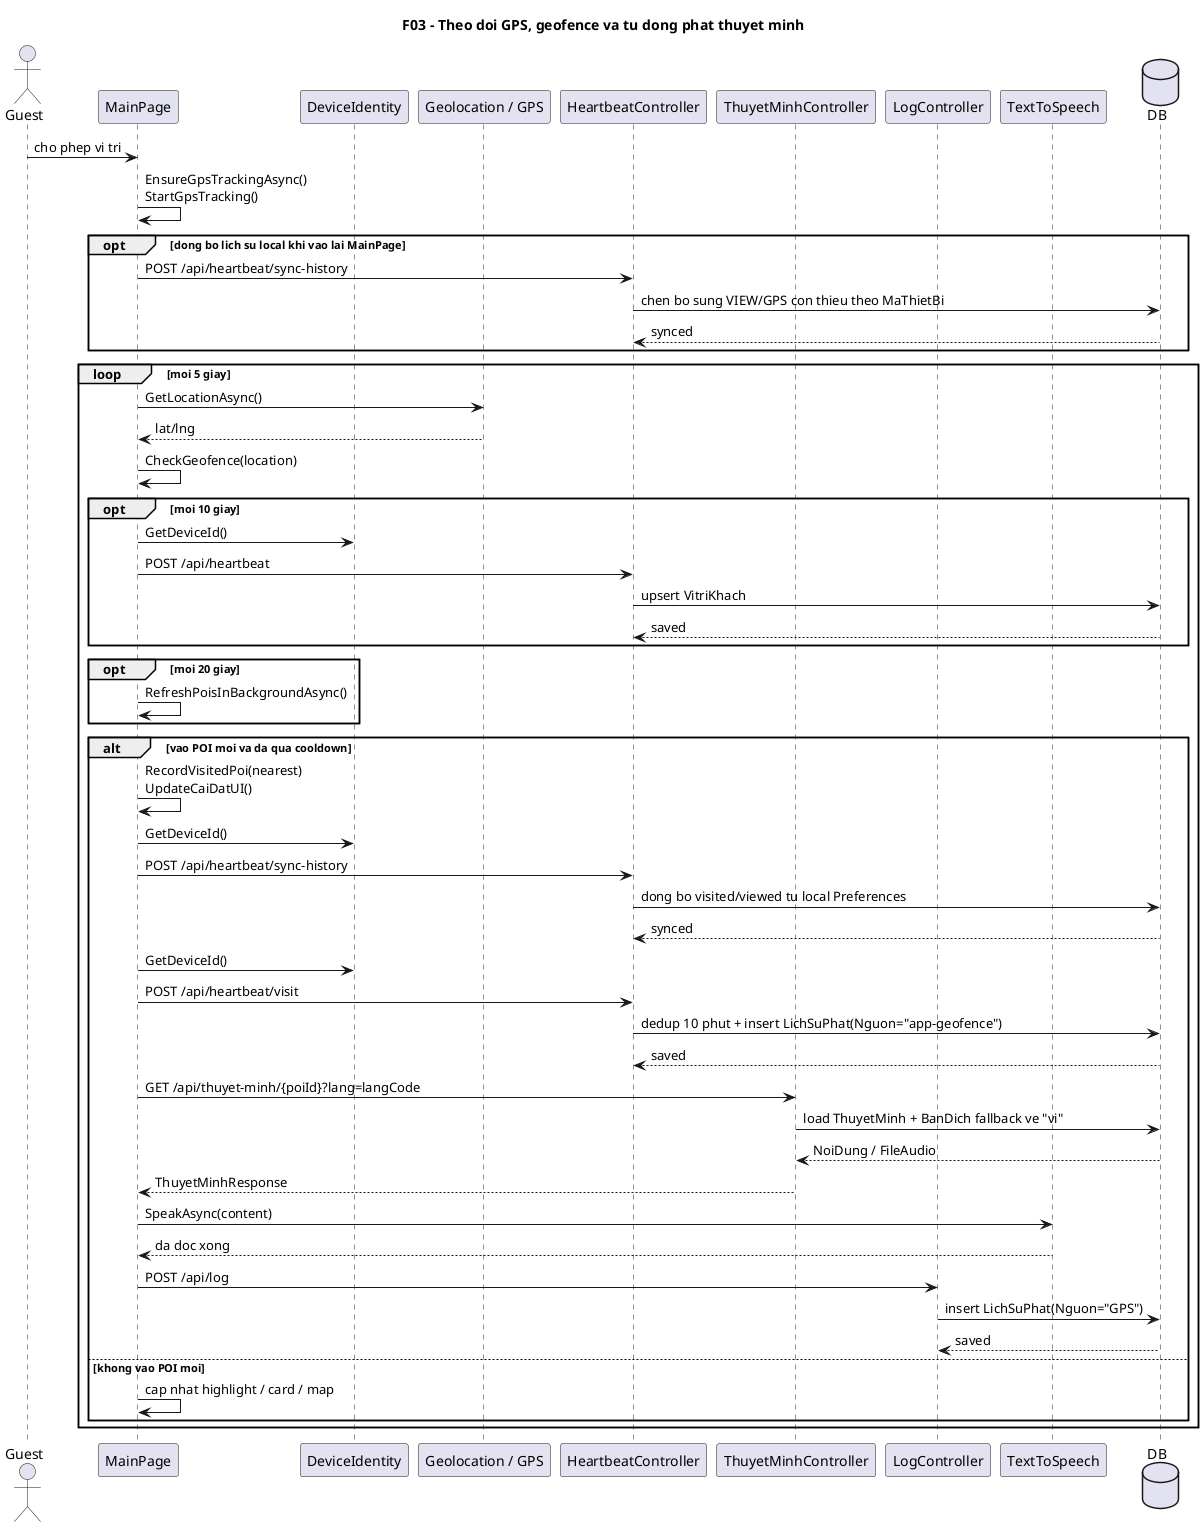
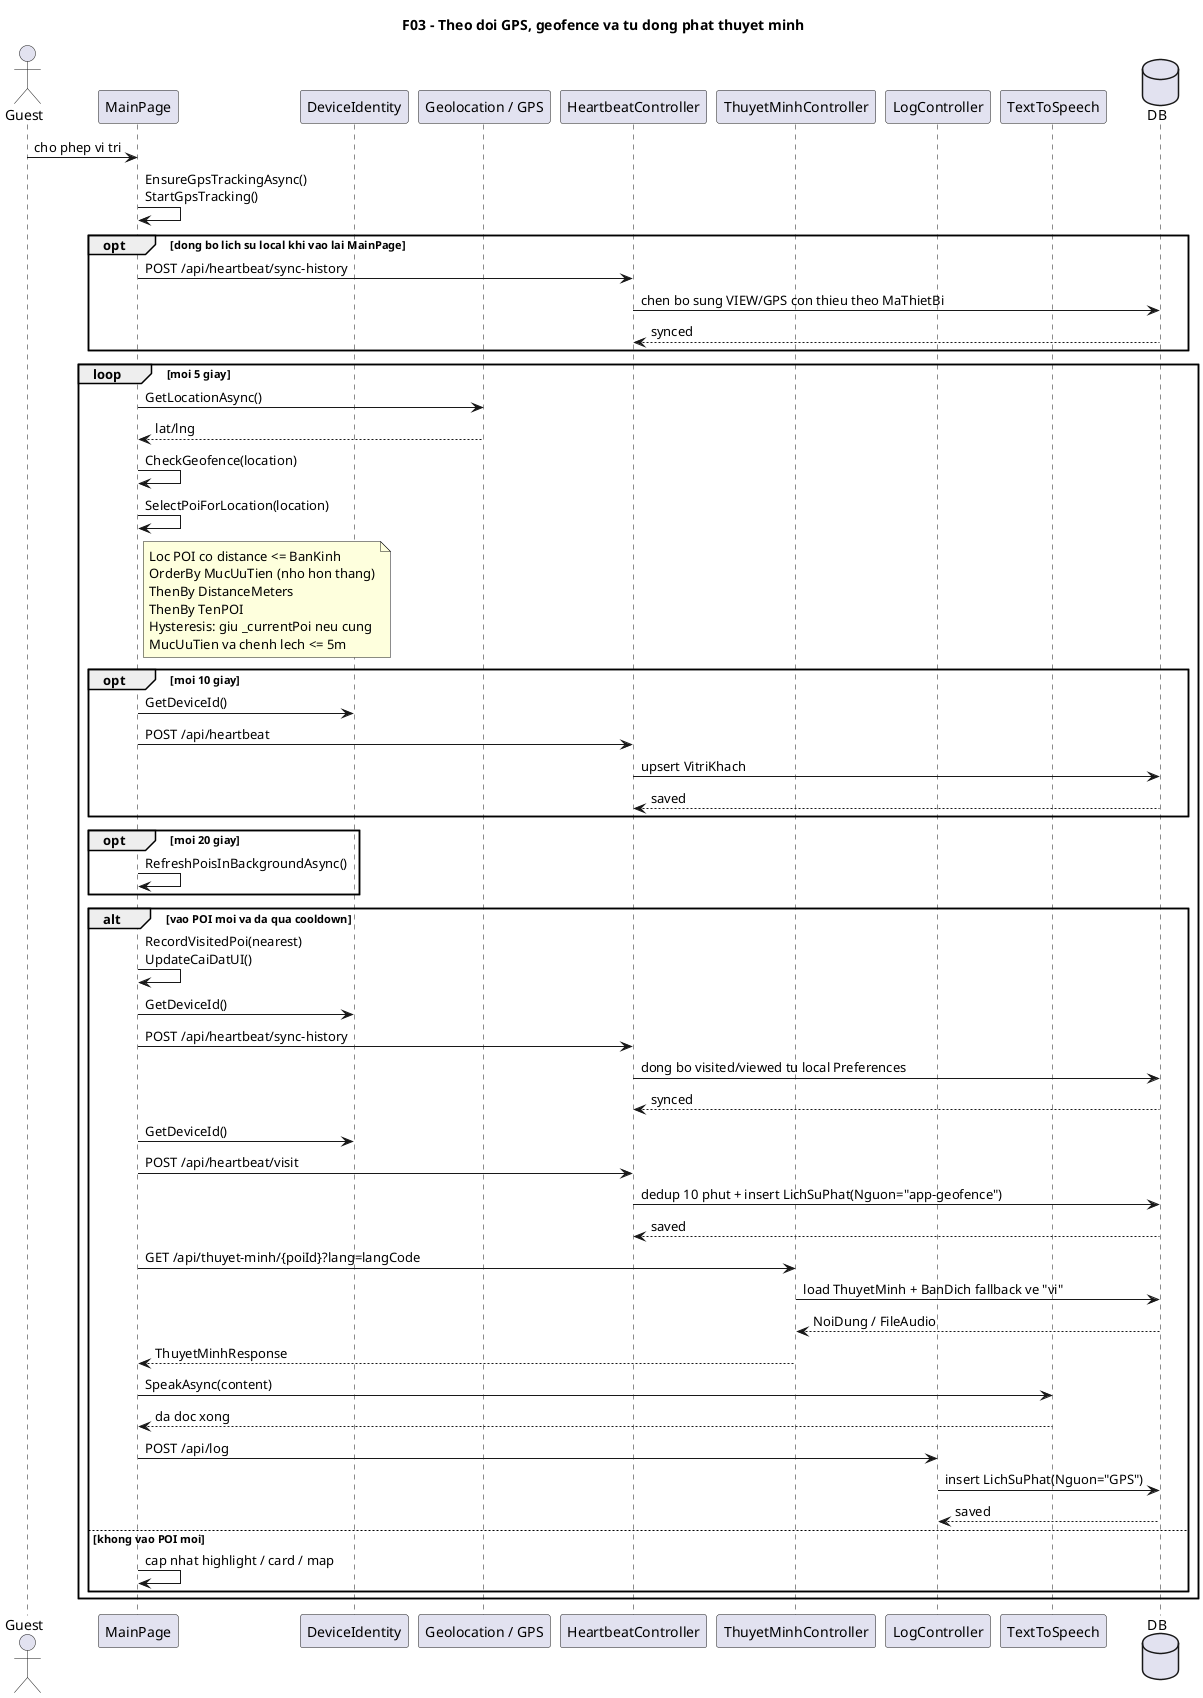
@startuml
' Diagram: F03 - Theo doi GPS, geofence va tu dong phat thuyet minh (Sequence)
- ' Status: VERIFIED
- ' Baseline: branch master, HEAD b946abe
+ ' Status: PENDING-REVIEW
+ ' Baseline: branch master, HEAD b946abe (+ bo sung SelectPoiForLocation)
' Source:
- ' - VinhKhanhTourDemo/MainPage.xaml.cs: OnAppearing(), StartGpsTracking(), CheckGeofence(), SendHeartbeatAsync(), RecordPoiVisitAsync(), SyncPoiHistoryAsync(), SpeakPoiAsync(), LogPlaybackAsync()
+ ' - VinhKhanhTourDemo/MainPage.xaml.cs: OnAppearing(), StartGpsTracking(), CheckGeofence(), SelectPoiForLocation(), SendHeartbeatAsync(), RecordPoiVisitAsync(), SyncPoiHistoryAsync(), SpeakPoiAsync(), LogPlaybackAsync()
' - VinhKhanhTourDemo/DeviceIdentity.cs: GetDeviceId()
' - VinhKhanhTour.API/Controllers/HeartbeatController.cs: SendHeartbeat(), RecordVisit(), SyncHistory()
' - VinhKhanhTour.API/Controllers/ThuyetMinhController.cs: GetByPoi()
' - VinhKhanhTour.API/Controllers/LogController.cs: Post()
' Note: Sequence da sync lai heartbeat 10 giay, refresh POI 20 giay, va DeviceIdentity.GetDeviceId().
+ ' Note: SelectPoiForLocation() sap xep ung vien theo MucUuTien -> DistanceMeters -> TenPOI va giu POI hien tai neu cung muc uu tien + chenh lech khoang cach <= 5m.
title F03 - Theo doi GPS, geofence va tu dong phat thuyet minh

actor Guest
participant MainPage
participant DeviceIdentity
participant "Geolocation / GPS" as GPS
participant "HeartbeatController" as HeartbeatController
participant "ThuyetMinhController" as ThuyetMinhController
participant "LogController" as LogController
participant "TextToSpeech" as TTS
database DB

Guest -> MainPage: cho phep vi tri
MainPage -> MainPage: EnsureGpsTrackingAsync()\nStartGpsTracking()
opt dong bo lich su local khi vao lai MainPage
  MainPage -> HeartbeatController: POST /api/heartbeat/sync-history
  HeartbeatController -> DB: chen bo sung VIEW/GPS con thieu theo MaThietBi
  DB --> HeartbeatController: synced
end

loop moi 5 giay
  MainPage -> GPS: GetLocationAsync()
  GPS --> MainPage: lat/lng
  MainPage -> MainPage: CheckGeofence(location)
+   MainPage -> MainPage: SelectPoiForLocation(location)
+   note right of MainPage
+     Loc POI co distance <= BanKinh
+     OrderBy MucUuTien (nho hon thang)
+     ThenBy DistanceMeters
+     ThenBy TenPOI
+     Hysteresis: giu _currentPoi neu cung
+     MucUuTien va chenh lech <= 5m
+   end note

  opt moi 10 giay
    MainPage -> DeviceIdentity: GetDeviceId()
    MainPage -> HeartbeatController: POST /api/heartbeat
    HeartbeatController -> DB: upsert VitriKhach
    DB --> HeartbeatController: saved
  end

  opt moi 20 giay
    MainPage -> MainPage: RefreshPoisInBackgroundAsync()
  end

  alt vao POI moi va da qua cooldown
    MainPage -> MainPage: RecordVisitedPoi(nearest)\nUpdateCaiDatUI()
    MainPage -> DeviceIdentity: GetDeviceId()
    MainPage -> HeartbeatController: POST /api/heartbeat/sync-history
    HeartbeatController -> DB: dong bo visited/viewed tu local Preferences
    DB --> HeartbeatController: synced

    MainPage -> DeviceIdentity: GetDeviceId()
    MainPage -> HeartbeatController: POST /api/heartbeat/visit
    HeartbeatController -> DB: dedup 10 phut + insert LichSuPhat(Nguon="app-geofence")
    DB --> HeartbeatController: saved

    MainPage -> ThuyetMinhController: GET /api/thuyet-minh/{poiId}?lang=langCode
    ThuyetMinhController -> DB: load ThuyetMinh + BanDich fallback ve "vi"
    DB --> ThuyetMinhController: NoiDung / FileAudio
    ThuyetMinhController --> MainPage: ThuyetMinhResponse

    MainPage -> TTS: SpeakAsync(content)
    TTS --> MainPage: da doc xong

    MainPage -> LogController: POST /api/log
    LogController -> DB: insert LichSuPhat(Nguon="GPS")
    DB --> LogController: saved
  else khong vao POI moi
    MainPage -> MainPage: cap nhat highlight / card / map
  end
end
@enduml
